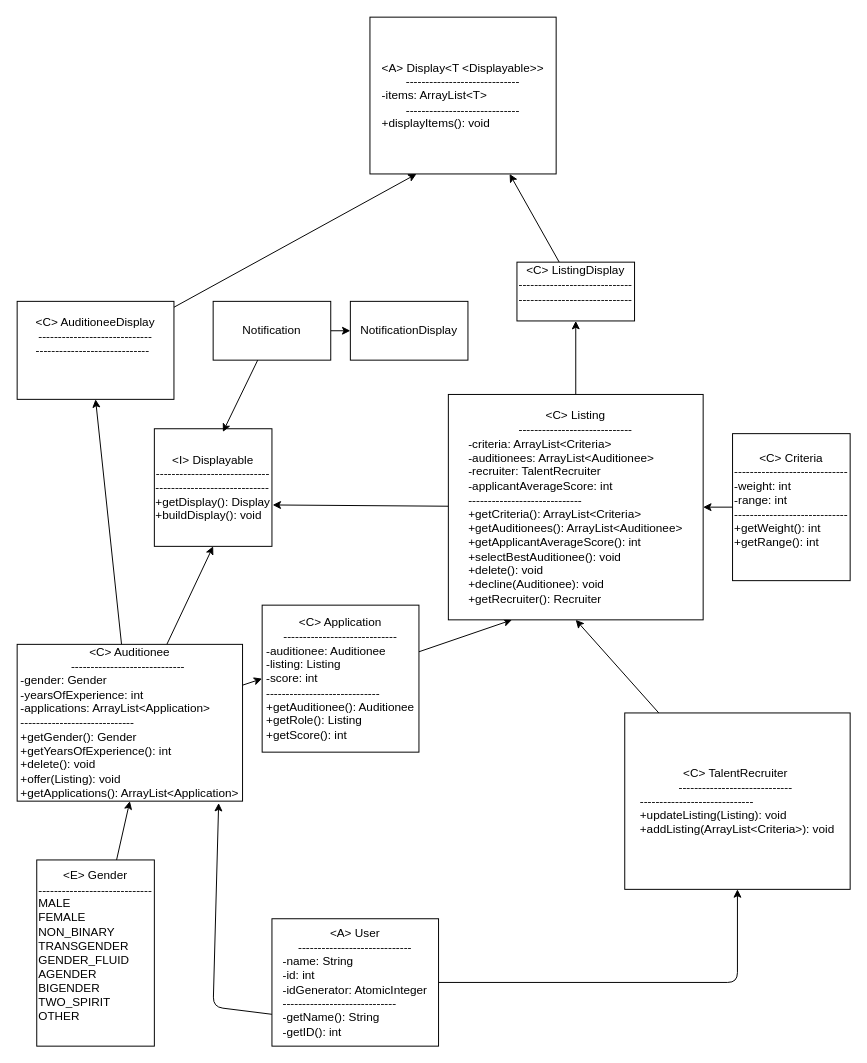
daleUrquhart/TEMS keeps this draw.io diagram as main/docs/UML.drawio. Above is the earlier version. Source tidied: cells renumbered, new cells numbered last; positions are measured from the earlier drawing's top-left corner, leaving out a move shared by most shapes. Both pictures are drawn from the tidied source at 98%, with x=0, y=0 at pixel (17, 17).
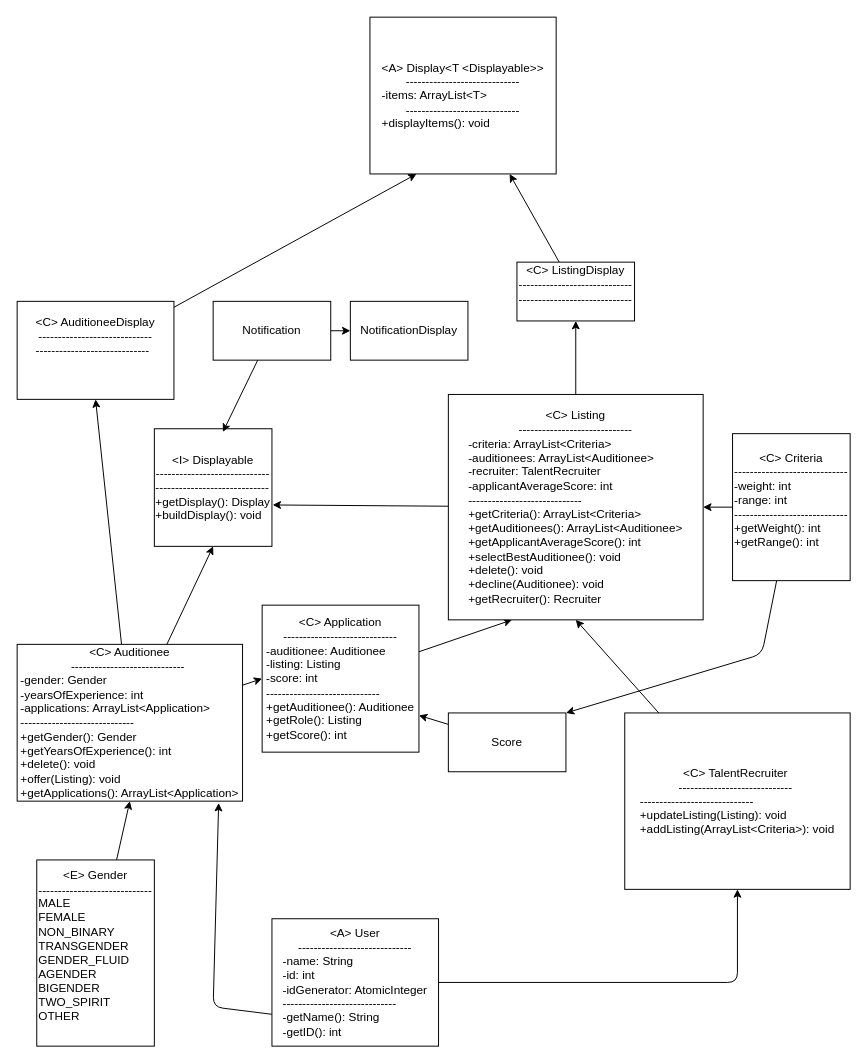
Above is the later version.

Commit message:
Updated UML regarding scoring and criteria

Unchanged cells that the change refers to:
```xml
<mxCell id="9" value="&amp;lt;C&amp;gt; Application&lt;br&gt;-----------------------------&lt;br&gt;&lt;div style=&quot;text-align: left;&quot;&gt;-auditionee: Auditionee&lt;/div&gt;&lt;div style=&quot;text-align: left;&quot;&gt;&lt;span style=&quot;background-color: initial;&quot;&gt;-listing: Listing&lt;/span&gt;&lt;br&gt;&lt;/div&gt;&lt;div style=&quot;text-align: left;&quot;&gt;-score: int&lt;/div&gt;&lt;div style=&quot;text-align: left;&quot;&gt;&lt;span style=&quot;text-align: center;&quot;&gt;-----------------------------&lt;/span&gt;&lt;br style=&quot;text-align: center;&quot;&gt;&lt;/div&gt;&lt;div style=&quot;text-align: left;&quot;&gt;+getAuditionee(): Auditionee&lt;/div&gt;&lt;div style=&quot;text-align: left;&quot;&gt;+getRole(): Listing&lt;/div&gt;&lt;div style=&quot;text-align: left;&quot;&gt;+getScore(): int&lt;/div&gt;" style="whiteSpace=wrap;html=1;" parent="1" vertex="1">
  <mxGeometry x="250" y="600" width="160" height="150" as="geometry" />
</mxCell>
<mxCell id="16" value="&amp;lt;C&amp;gt; Criteria&lt;br&gt;-----------------------------&lt;br&gt;&lt;div style=&quot;text-align: left;&quot;&gt;-weight: int&lt;/div&gt;&lt;div style=&quot;text-align: left;&quot;&gt;-range: int&lt;/div&gt;&lt;div style=&quot;text-align: left;&quot;&gt;-----------------------------&lt;/div&gt;&lt;div style=&quot;text-align: left;&quot;&gt;+getWeight(): int&lt;/div&gt;&lt;div style=&quot;text-align: left;&quot;&gt;+getRange(): int&lt;/div&gt;&lt;div style=&quot;text-align: left;&quot;&gt;&lt;br&gt;&lt;/div&gt;" style="whiteSpace=wrap;html=1;" parent="1" vertex="1">
  <mxGeometry x="730" y="425" width="120" height="150" as="geometry" />
</mxCell>
```

What changed in the source:
```diff
@@
+    <mxCell id="30" style="edgeStyle=none;html=1;entryX=1;entryY=0;entryDx=0;entryDy=0;" parent="1" edge="1" source="16" target="32">
+      <mxGeometry relative="1" as="geometry">
+        <Array as="points">
+          <mxPoint x="760" y="650" />
+        </Array>
+      </mxGeometry>
+    </mxCell>
@@
+    <mxCell id="31" style="edgeStyle=none;html=1;entryX=1;entryY=0.75;entryDx=0;entryDy=0;" parent="1" edge="1" source="32" target="9">
+      <mxGeometry relative="1" as="geometry" />
+    </mxCell>
+    <mxCell id="32" value="Score" style="whiteSpace=wrap;html=1;" parent="1" vertex="1">
+      <mxGeometry x="440" y="710" width="120" height="60" as="geometry" />
+    </mxCell>
```
